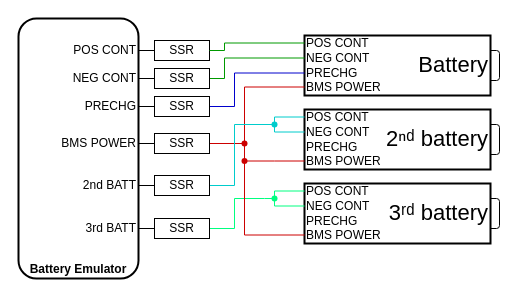
This is be_battery_3x_gpio.drawio from nagyrobi/files, a draw.io file, before an edit. Source tidied: cells renumbered, new cells numbered last; positions are measured from the earlier drawing's top-left corner, leaving out a move shared by most shapes. Both pictures are drawn from the tidied source at 100%, with x=0, y=0 at pixel (18, 18).
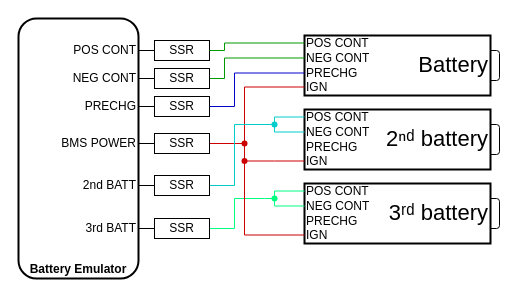
The same diagram, later.

Diff of the diagram source:
```diff
@@
-    <mxCell id="35" value="BMS POWER" style="text;html=1;whiteSpace=wrap;strokeColor=none;fillColor=none;align=left;verticalAlign=middle;rounded=0;" parent="1" vertex="1">
+    <mxCell id="35" value="IGN" style="text;html=1;whiteSpace=wrap;strokeColor=none;fillColor=none;align=left;verticalAlign=middle;rounded=0;" parent="1" vertex="1">
       <mxGeometry x="286" y="61" width="90" height="15" as="geometry" />
     </mxCell>
@@
-    <mxCell id="42" value="BMS POWER" style="text;html=1;whiteSpace=wrap;strokeColor=none;fillColor=none;align=left;verticalAlign=middle;rounded=0;" parent="1" vertex="1">
+    <mxCell id="42" value="IGN" style="text;html=1;whiteSpace=wrap;strokeColor=none;fillColor=none;align=left;verticalAlign=middle;rounded=0;" parent="1" vertex="1">
       <mxGeometry x="286" y="135" width="90" height="15" as="geometry" />
     </mxCell>
@@
-    <mxCell id="47" value="BMS POWER" style="text;html=1;whiteSpace=wrap;strokeColor=none;fillColor=none;align=left;verticalAlign=middle;rounded=0;" parent="1" vertex="1">
+    <mxCell id="47" value="IGN" style="text;html=1;whiteSpace=wrap;strokeColor=none;fillColor=none;align=left;verticalAlign=middle;rounded=0;" parent="1" vertex="1">
       <mxGeometry x="286" y="209" width="90" height="15" as="geometry" />
     </mxCell>
```
